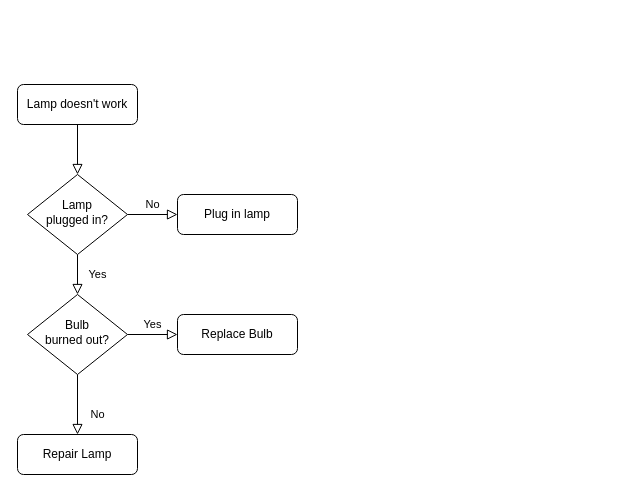
Antonio-Parada/anton.io keeps this draw.io diagram as Untitled Diagram.drawio. Above is the earlier version. Source tidied: cells renumbered, new cells numbered last; positions are measured from the earlier drawing's top-left corner, leaving out a move shared by most shapes. Both pictures are drawn from the tidied source at 100%, with x=0, y=0 at pixel (17, 84).
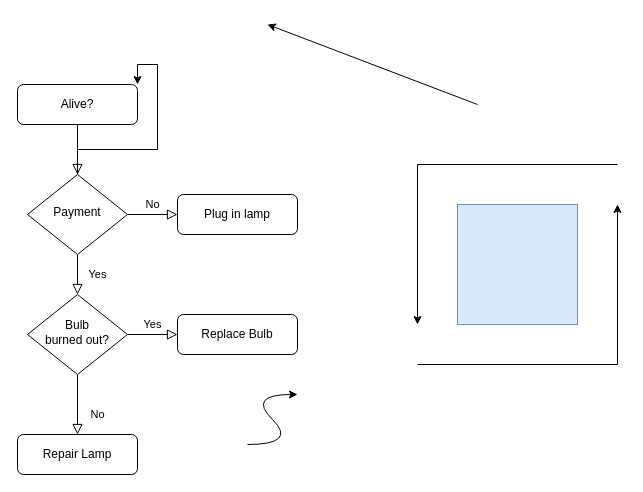
The same diagram, later.

What changed in the source:
```diff
@@
-    <mxCell id="3" value="Lamp doesn't work" style="rounded=1;whiteSpace=wrap;html=1;fontSize=12;glass=0;strokeWidth=1;shadow=0;" parent="1" vertex="1">
+    <mxCell id="3" value="Alive?" style="rounded=1;whiteSpace=wrap;html=1;fontSize=12;glass=0;strokeWidth=1;shadow=0;" parent="1" vertex="1">
       <mxGeometry width="120" height="40" as="geometry" />
     </mxCell>
@@
+    <mxCell id="13" style="edgeStyle=orthogonalEdgeStyle;rounded=0;jettySize=auto;html=1;exitX=0.5;exitY=0;exitDx=0;exitDy=0;entryX=1;entryY=0;entryDx=0;entryDy=0;" parent="1" edge="1" source="6" target="3">
+      <mxGeometry relative="1" as="geometry" />
+    </mxCell>
-    <mxCell id="6" value="Lamp&lt;br&gt;plugged in?" style="rhombus;whiteSpace=wrap;html=1;shadow=0;fontFamily=Helvetica;fontSize=12;align=center;strokeWidth=1;spacing=6;spacingTop=-4;" parent="1" vertex="1">
+    <mxCell id="6" value="Payment" style="rhombus;whiteSpace=wrap;html=1;shadow=0;fontFamily=Helvetica;fontSize=12;align=center;strokeWidth=1;spacing=6;spacingTop=-4;" parent="1" vertex="1">
       <mxGeometry x="10" y="90" width="100" height="80" as="geometry" />
     </mxCell>
@@
+    <mxCell id="14" style="whiteSpace=wrap;html=1;fillColor=#dae8fc;strokeColor=#6c8ebf;" parent="1" vertex="1">
+      <mxGeometry x="440" y="120" width="120" height="120" as="geometry" />
+    </mxCell>
+    <mxCell id="15" style="endArrow=classic;html=1;rounded=0;" parent="1" edge="1">
+      <mxGeometry relative="1" as="geometry">
+        <mxPoint x="460" y="20" as="sourcePoint" />
+        <mxPoint x="250" y="-60" as="targetPoint" />
+      </mxGeometry>
+    </mxCell>
+    <mxCell id="16" style="endArrow=classic;html=1;rounded=0;" parent="1" edge="1">
+      <mxGeometry relative="1" as="geometry">
+        <mxPoint x="600" y="280" as="sourcePoint" />
+        <mxPoint x="600" y="120" as="targetPoint" />
+      </mxGeometry>
+    </mxCell>
+    <mxCell id="17" style="endArrow=classic;html=1;rounded=0;" parent="1" edge="1">
+      <mxGeometry relative="1" as="geometry">
+        <mxPoint x="400" y="80" as="sourcePoint" />
+        <mxPoint x="400" y="240" as="targetPoint" />
+      </mxGeometry>
+    </mxCell>
+    <mxCell id="18" style="endArrow=none;html=1;rounded=0;" parent="1" edge="1">
+      <mxGeometry relative="1" as="geometry">
+        <mxPoint x="400" y="280" as="sourcePoint" />
+        <mxPoint x="600" y="280" as="targetPoint" />
+      </mxGeometry>
+    </mxCell>
+    <mxCell id="19" style="endArrow=none;html=1;rounded=0;" parent="1" edge="1">
+      <mxGeometry relative="1" as="geometry">
+        <mxPoint x="400" y="80" as="sourcePoint" />
+        <mxPoint x="600" y="80" as="targetPoint" />
+      </mxGeometry>
+    </mxCell>
+    <mxCell id="20" style="curved=1;endArrow=classic;html=1;rounded=0;" parent="1" edge="1">
+      <mxGeometry relative="1" as="geometry">
+        <mxPoint x="230" y="360" as="sourcePoint" />
+        <mxPoint x="280" y="310" as="targetPoint" />
+        <Array as="points">
+          <mxPoint x="280" y="360" />
+          <mxPoint x="230" y="310" />
+        </Array>
+      </mxGeometry>
+    </mxCell>
```
